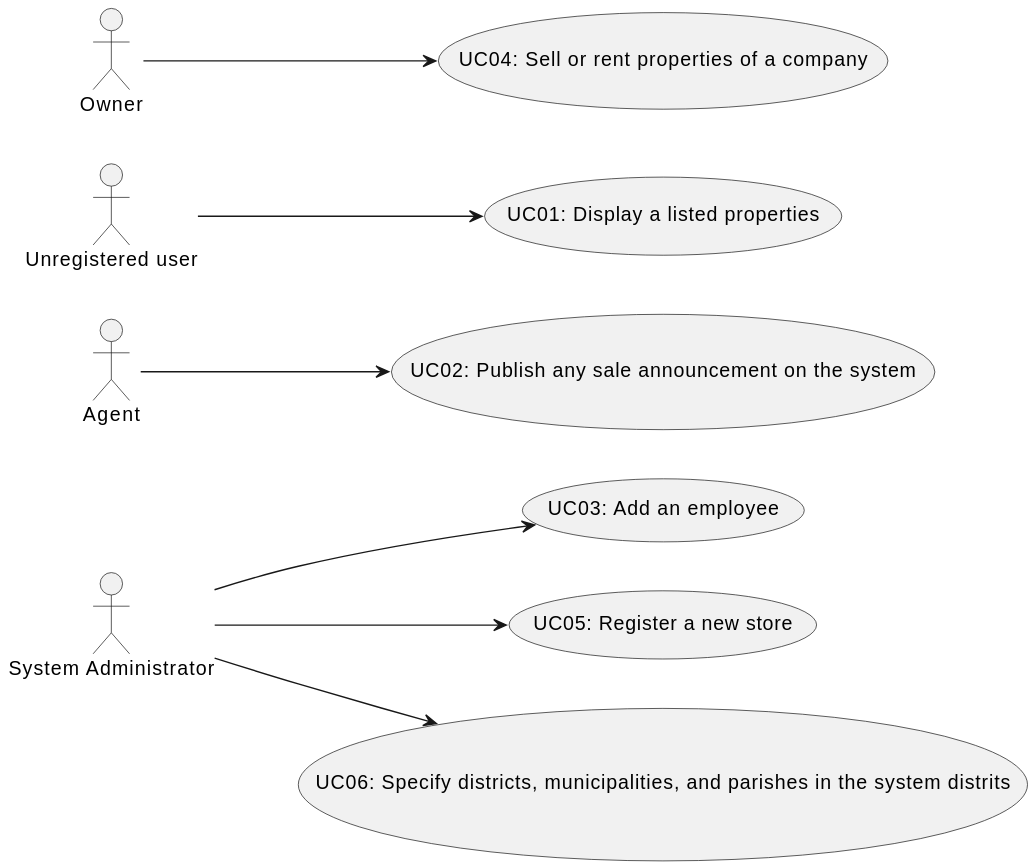
The PlantUML diagram docs/sprintA/global-artifacts/01.requirements-engineering/svg/use-case-diagram.svg in PureNimble/ISEP-LAPR2, before a commit.
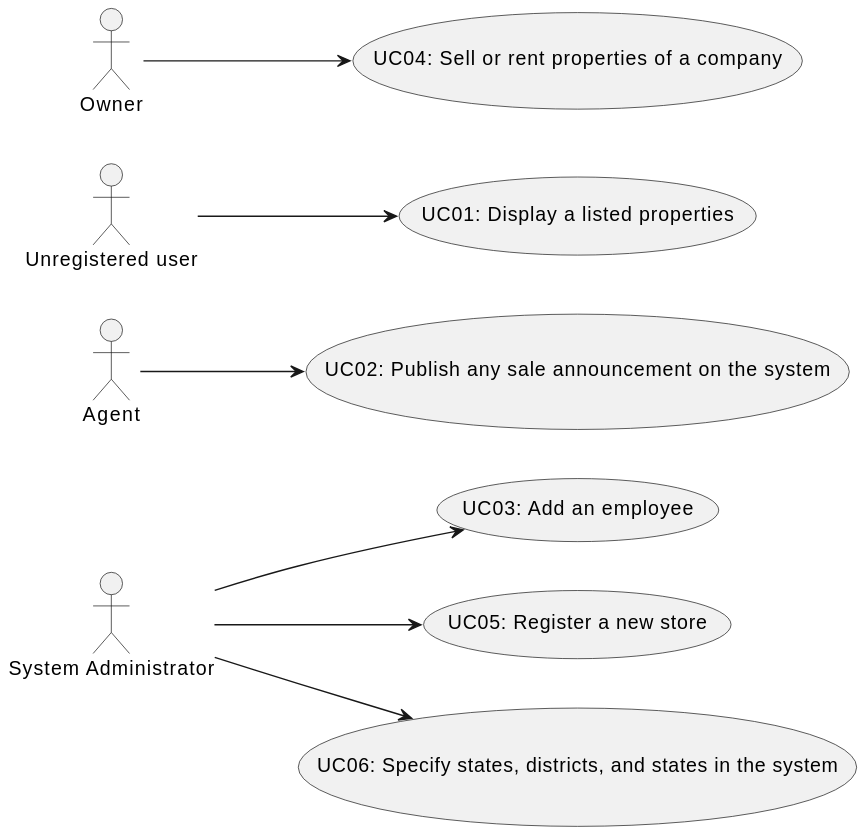
Later version of the same file.

Commit message:
Updated UCD (Global Artifacts)

The edit, as a diff of the source:
```diff
@@ -11,7 +11,7 @@
     usecase "UC03: Add an employee" as UC3
     usecase "UC04: Sell or rent properties of a company" as UC4
     usecase "UC05: Register a new store" as UC5
-    usecase "UC06: Specify districts, municipalities, and parishes in the system distrits" as UC6
+    usecase "UC06: Specify states, districts, and states in the system" as UC6
 
  admin --> UC5
  admin --> UC3
```
